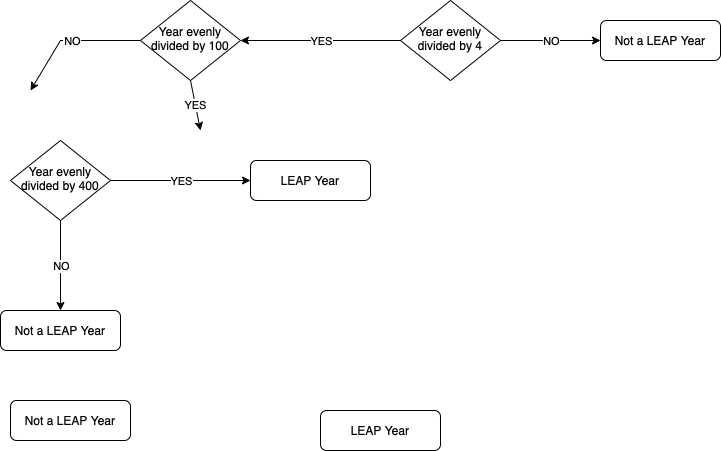
This is Leap Year.drawio.png from antoniaandreou/100_days_of_python, a draw.io export, as it was before one commit. Source tidied: cells renumbered, new cells last; positions are measured from the earlier drawing's top-left corner, leaving out a move shared by most shapes.
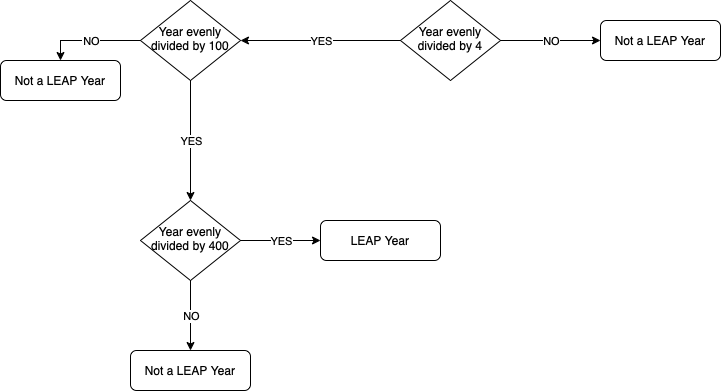
Later version of the same file.

What changed in the source:
```diff
@@ -16,21 +16,17 @@
     <mxCell id="5" value="Year evenly divided by 100" style="rhombus;whiteSpace=wrap;html=1;shadow=0;fontFamily=Helvetica;fontSize=12;align=center;strokeWidth=1;spacing=6;spacingTop=-4;" parent="1" vertex="1">
       <mxGeometry x="140" width="100" height="80" as="geometry" />
     </mxCell>
-    <mxCell id="6" value="LEAP Year" style="rounded=1;whiteSpace=wrap;html=1;fontSize=12;glass=0;strokeWidth=1;shadow=0;" parent="1" vertex="1">
-      <mxGeometry x="320" y="410" width="120" height="40" as="geometry" />
-    </mxCell>
     <mxCell id="7" value="Not a LEAP Year" style="rounded=1;whiteSpace=wrap;html=1;fontSize=12;glass=0;strokeWidth=1;shadow=0;" parent="1" vertex="1">
-      <mxGeometry y="310" width="120" height="40" as="geometry" />
+      <mxGeometry x="130" y="350" width="120" height="40" as="geometry" />
     </mxCell>
     <mxCell id="8" value="Year evenly divided by 400" style="rhombus;whiteSpace=wrap;html=1;shadow=0;fontFamily=Helvetica;fontSize=12;align=center;strokeWidth=1;spacing=6;spacingTop=-4;" parent="1" vertex="1">
-      <mxGeometry x="10" y="140" width="100" height="80" as="geometry" />
+      <mxGeometry x="140" y="200" width="100" height="80" as="geometry" />
     </mxCell>
     <mxCell id="9" value="LEAP Year" style="rounded=1;whiteSpace=wrap;html=1;fontSize=12;glass=0;strokeWidth=1;shadow=0;" parent="1" vertex="1">
-      <mxGeometry x="250" y="160" width="120" height="40" as="geometry" />
+      <mxGeometry x="320" y="220" width="120" height="40" as="geometry" />
     </mxCell>
-    <mxCell id="10" value="NO" style="endArrow=classic;html=1;rounded=0;fontSize=11;jumpSize=3;exitX=0;exitY=0.5;exitDx=0;exitDy=0;" parent="1" edge="1" source="5">
+    <mxCell id="10" value="NO" style="endArrow=classic;html=1;rounded=0;fontSize=11;jumpSize=3;exitX=0;exitY=0.5;exitDx=0;exitDy=0;entryX=0.5;entryY=0;entryDx=0;entryDy=0;" parent="1" edge="1" source="5" target="22">
       <mxGeometry relative="1" as="geometry">
-        <mxPoint x="30" y="90" as="targetPoint" />
         <Array as="points">
           <mxPoint x="60" y="40" />
         </Array>
@@ -63,16 +59,14 @@
     <mxCell id="19" value="YES" style="edgeLabel;html=1;align=center;verticalAlign=middle;fontSize=11;" parent="18" vertex="1">
       <mxGeometry relative="1" as="geometry" />
     </mxCell>
-    <mxCell id="20" style="endArrow=classic;html=1;rounded=0;fontSize=11;jumpSize=3;exitX=0.5;exitY=1;exitDx=0;exitDy=0;" parent="1" edge="1" source="5">
-      <mxGeometry relative="1" as="geometry">
-        <mxPoint x="200" y="130" as="targetPoint" />
-      </mxGeometry>
+    <mxCell id="20" style="endArrow=classic;html=1;rounded=0;fontSize=11;jumpSize=3;exitX=0.5;exitY=1;exitDx=0;exitDy=0;entryX=0.5;entryY=0;entryDx=0;entryDy=0;" parent="1" edge="1" source="5" target="8">
+      <mxGeometry relative="1" as="geometry" />
     </mxCell>
     <mxCell id="21" value="YES" style="edgeLabel;html=1;align=center;verticalAlign=middle;fontSize=11;" parent="20" vertex="1">
       <mxGeometry relative="1" as="geometry" />
     </mxCell>
     <mxCell id="22" value="Not a LEAP Year" style="rounded=1;whiteSpace=wrap;html=1;fontSize=12;glass=0;strokeWidth=1;shadow=0;" parent="1" vertex="1">
-      <mxGeometry x="10" y="400" width="120" height="40" as="geometry" />
+      <mxGeometry y="60" width="120" height="40" as="geometry" />
     </mxCell>
   </root>
 </mxGraphModel>
```
